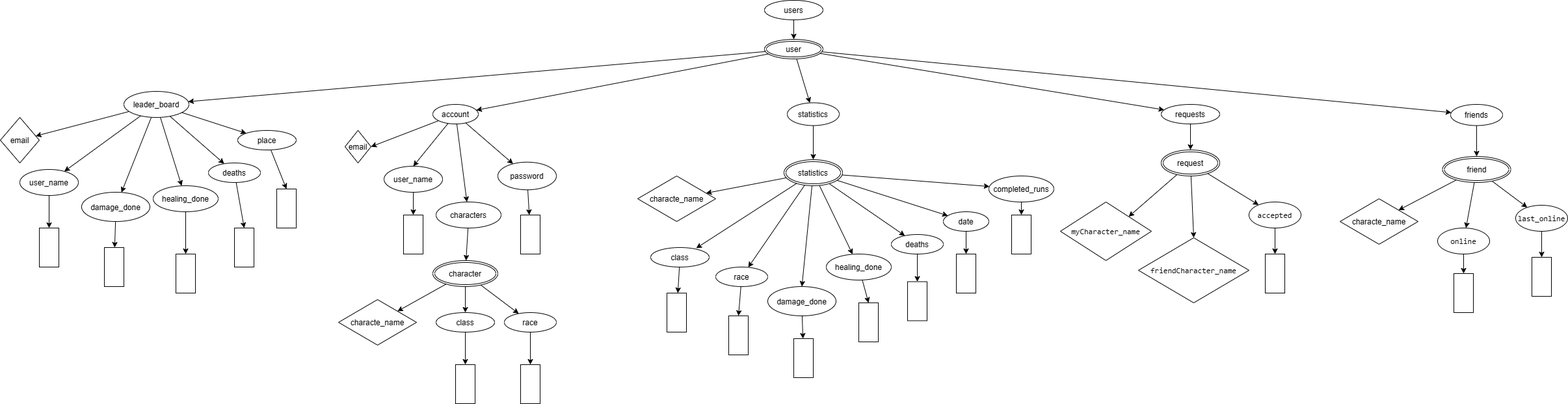
Above: XMLTaskS9NJK6/XDMS9NJK6.png in Gabszi2/S9NJK6_XMLGyak (draw.io), before the change. Source tidied: cells renumbered, new cells last; positions are measured from the earlier drawing's top-left corner, leaving out a move shared by most shapes.
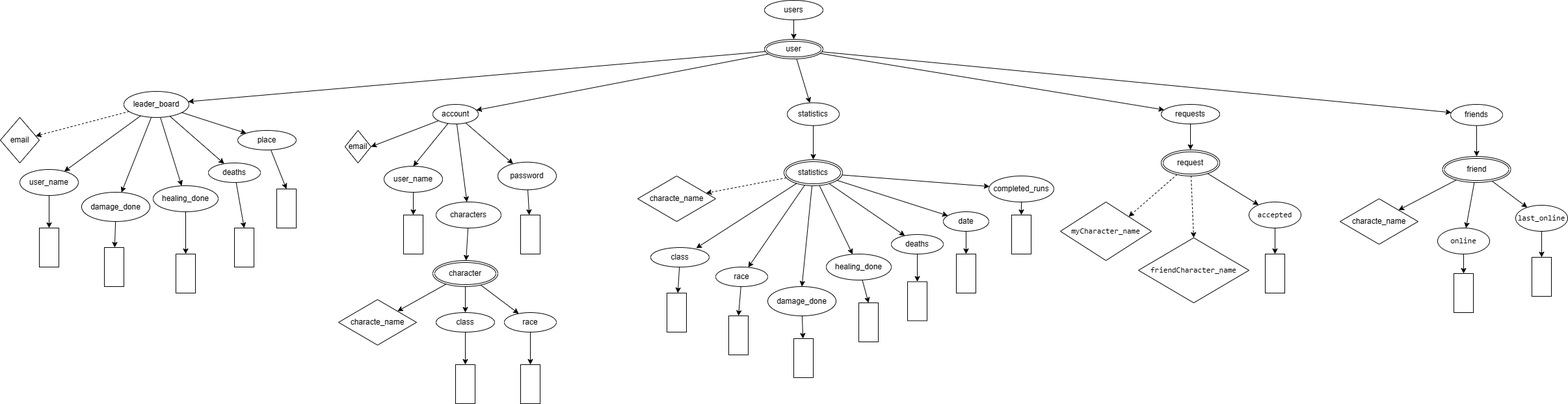
The same diagram one commit later.

What changed in the source:
```diff
@@ -26,7 +26,7 @@
     <mxCell id="9" value="user" style="ellipse;shape=doubleEllipse;margin=3;whiteSpace=wrap;html=1;align=center;" parent="1" vertex="1">
       <mxGeometry x="1175" y="60" width="90" height="30" as="geometry" />
     </mxCell>
-    <mxCell id="10" style="edgeStyle=none;rounded=0;jettySize=auto;html=1;fontColor=#000000;" parent="1" edge="1" source="16" target="22">
+    <mxCell id="10" style="edgeStyle=none;rounded=0;jettySize=auto;html=1;fontColor=#000000;dashed=1;" parent="1" edge="1" source="16" target="22">
       <mxGeometry relative="1" as="geometry" />
     </mxCell>
     <mxCell id="11" style="edgeStyle=none;rounded=0;jettySize=auto;html=1;fontColor=#000000;" parent="1" edge="1" source="16" target="24">
@@ -176,7 +176,7 @@
     <mxCell id="59" value="statistics" style="ellipse;whiteSpace=wrap;html=1;align=center;" parent="1" vertex="1">
       <mxGeometry x="1210" y="157.5" width="80" height="35" as="geometry" />
     </mxCell>
-    <mxCell id="60" style="edgeStyle=none;rounded=0;jettySize=auto;html=1;fontColor=#000000;" parent="1" edge="1" source="68" target="69">
+    <mxCell id="60" style="edgeStyle=none;rounded=0;jettySize=auto;html=1;fontColor=#000000;dashed=1;" parent="1" edge="1" source="68" target="69">
       <mxGeometry relative="1" as="geometry" />
     </mxCell>
     <mxCell id="61" style="edgeStyle=none;rounded=0;jettySize=auto;html=1;entryX=0.778;entryY=0.033;entryDx=0;entryDy=0;entryPerimeter=0;fontColor=#000000;" parent="1" edge="1" source="68" target="71">
@@ -275,10 +275,10 @@
     <mxCell id="92" value="requests" style="ellipse;whiteSpace=wrap;html=1;align=center;" parent="1" vertex="1">
       <mxGeometry x="1785" y="160" width="90" height="30" as="geometry" />
     </mxCell>
-    <mxCell id="93" style="edgeStyle=none;rounded=0;jettySize=auto;html=1;entryX=1;entryY=0;entryDx=0;entryDy=0;fontColor=#000000;" parent="1" edge="1" source="96" target="97">
+    <mxCell id="93" style="edgeStyle=none;rounded=0;jettySize=auto;html=1;entryX=1;entryY=0;entryDx=0;entryDy=0;fontColor=#000000;dashed=1;" parent="1" edge="1" source="96" target="97">
       <mxGeometry relative="1" as="geometry" />
     </mxCell>
-    <mxCell id="94" style="edgeStyle=none;rounded=0;jettySize=auto;html=1;entryX=0.5;entryY=0;entryDx=0;entryDy=0;fontColor=#000000;" parent="1" edge="1" source="96" target="98">
+    <mxCell id="94" style="edgeStyle=none;rounded=0;jettySize=auto;html=1;entryX=0.5;entryY=0;entryDx=0;entryDy=0;fontColor=#000000;dashed=1;" parent="1" edge="1" source="96" target="98">
       <mxGeometry relative="1" as="geometry" />
     </mxCell>
     <mxCell id="95" style="edgeStyle=none;rounded=0;jettySize=auto;html=1;fontColor=#000000;" parent="1" edge="1" source="96" target="100">
```
